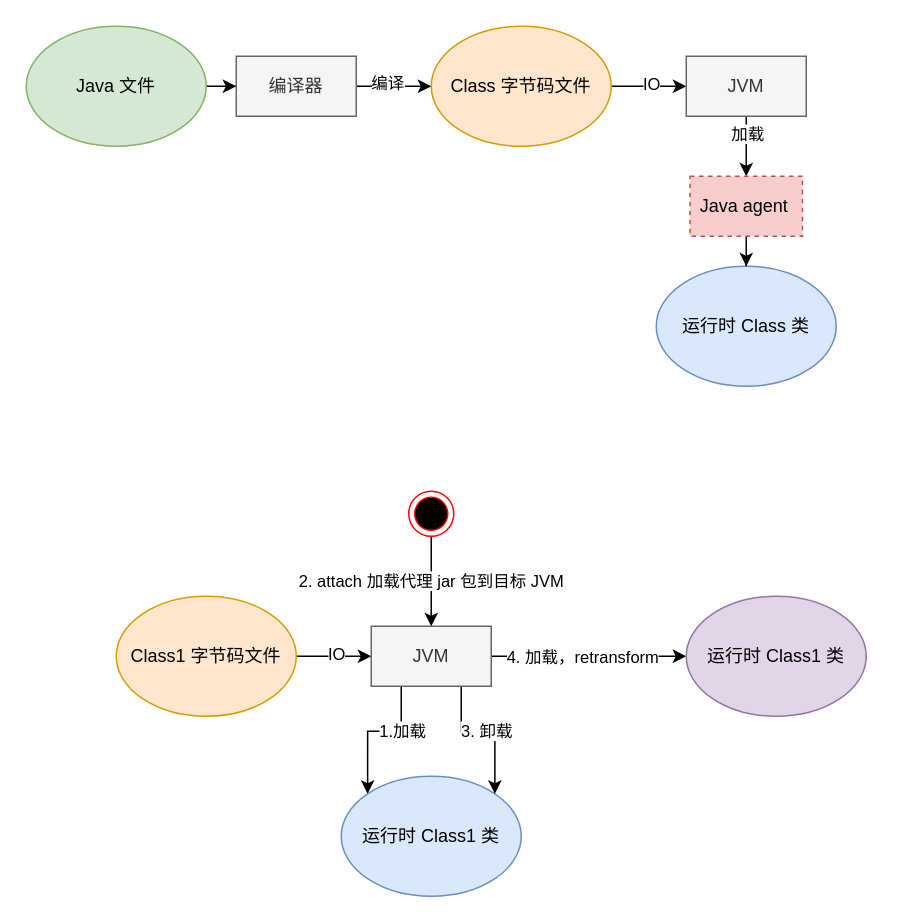
Above: java_agent.drawio in yang00-74/flowchart (draw.io), before the change. Source tidied: cells renumbered, new cells numbered last; positions are measured from the earlier drawing's top-left corner, leaving out a move shared by most shapes. Both pictures are drawn from the tidied source at 150%, with x=0, y=0 at pixel (26, 26).
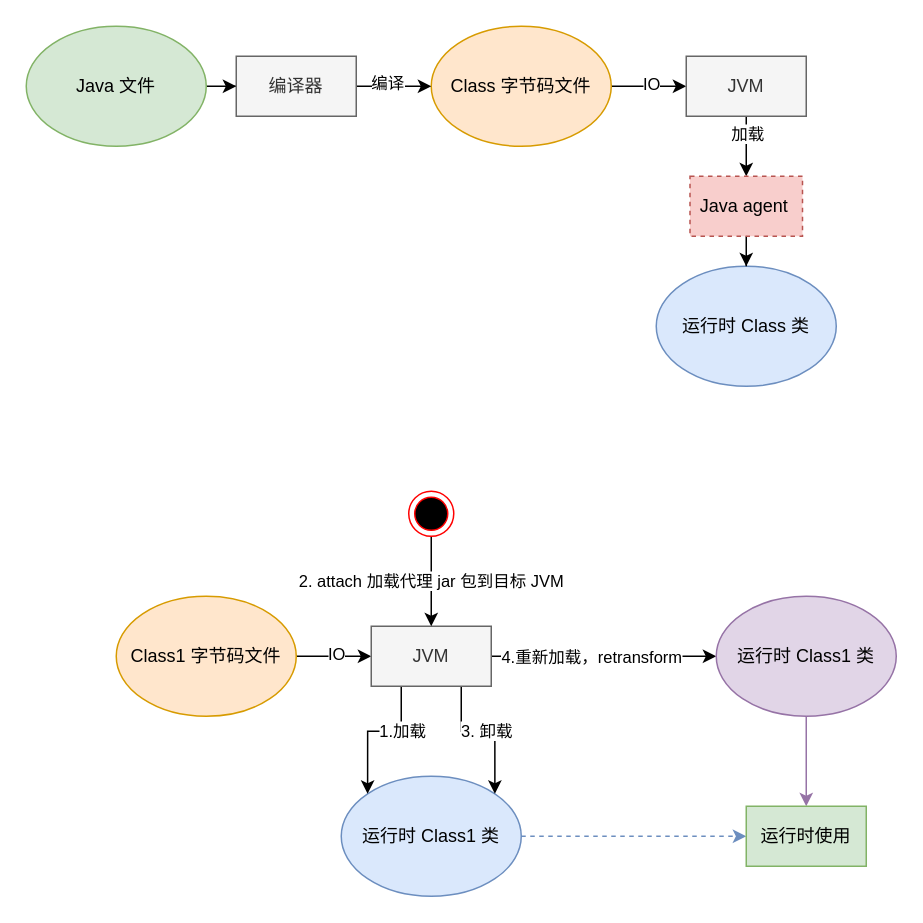
Above is the later version.

The change refers to these unchanged cells:
```xml
<mxCell id="19" value="运行时 Class1 类" style="ellipse;whiteSpace=wrap;html=1;fillColor=#dae8fc;strokeColor=#6c8ebf;" parent="1" vertex="1">
  <mxGeometry x="210" y="500" width="120" height="80" as="geometry" />
</mxCell>
<mxCell id="23" style="edgeStyle=orthogonalEdgeStyle;rounded=0;jettySize=auto;html=1;" parent="1" edge="1" source="25" target="28">
  <mxGeometry relative="1" as="geometry" />
</mxCell>
```

The edit, as a diff of the source:
```diff
@@
+    <mxCell id="29" style="edgeStyle=orthogonalEdgeStyle;rounded=0;jettySize=auto;html=1;fillColor=#dae8fc;strokeColor=#6c8ebf;dashed=1;" parent="1" edge="1" source="19" target="31">
+      <mxGeometry relative="1" as="geometry" />
+    </mxCell>
@@
-    <mxCell id="24" value="4. 加载，retransform" style="edgeLabel;html=1;align=center;verticalAlign=middle;" parent="23" vertex="1">
+    <mxCell id="24" value="4.重新加载，retransform" style="edgeLabel;html=1;align=center;verticalAlign=middle;" parent="23" vertex="1">
       <mxGeometry x="-0.33" y="-2" relative="1" as="geometry">
         <mxPoint x="16" y="-2" as="offset" />
       </mxGeometry>
     </mxCell>
@@
+    <mxCell id="30" style="edgeStyle=orthogonalEdgeStyle;rounded=0;jettySize=auto;html=1;fillColor=#e1d5e7;strokeColor=#9673a6;" parent="1" edge="1" source="28" target="31">
+      <mxGeometry relative="1" as="geometry" />
+    </mxCell>
     <mxCell id="28" value="运行时 Class1 类" style="ellipse;whiteSpace=wrap;html=1;rounded=0;strokeColor=#9673a6;fillColor=#e1d5e7;" parent="1" vertex="1">
-      <mxGeometry x="440" y="380" width="120" height="80" as="geometry" />
+      <mxGeometry x="460" y="380" width="120" height="80" as="geometry" />
     </mxCell>
+    <mxCell id="31" value="运行时使用" style="rounded=0;whiteSpace=wrap;html=1;fillColor=#d5e8d4;strokeColor=#82b366;" parent="1" vertex="1">
+      <mxGeometry x="480" y="520" width="80" height="40" as="geometry" />
+    </mxCell>
```
